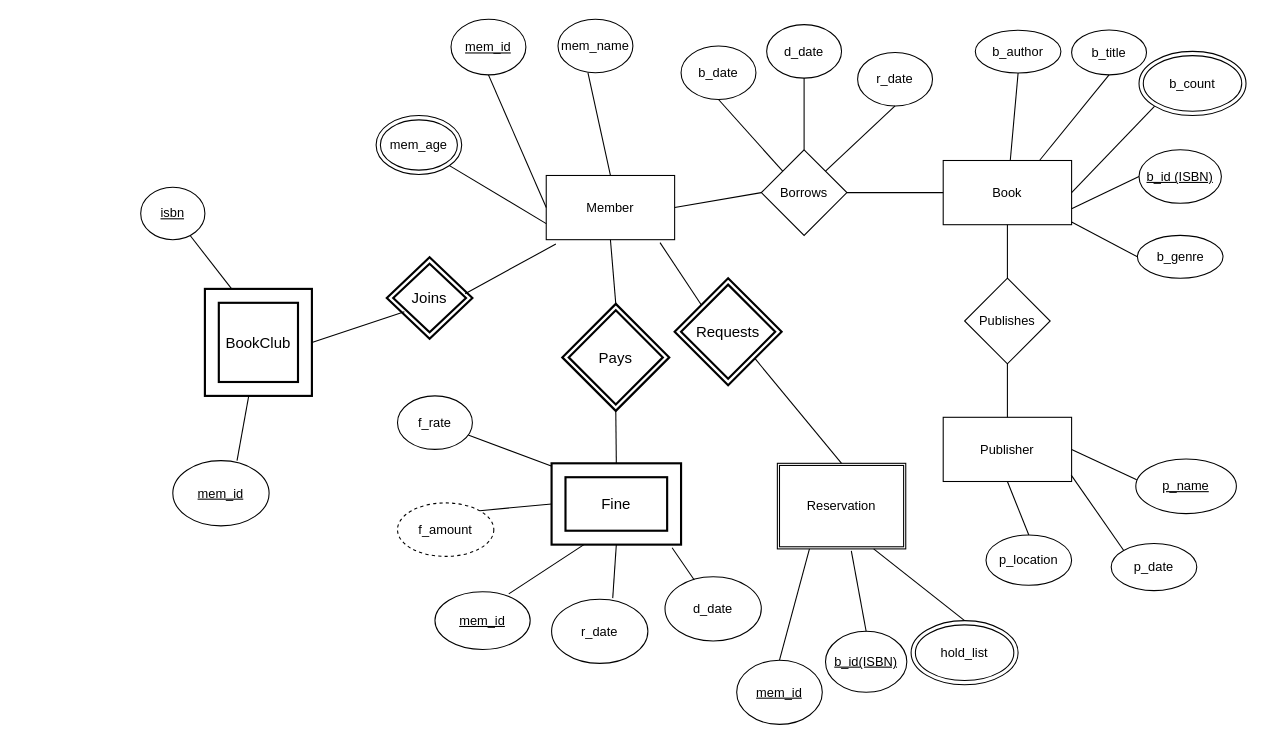
Earlier version of the draw.io diagram CPS510_ER (4).drawio (AdnanReh/librarydatabase). Source tidied: cells renumbered, new cells numbered last; positions are measured from the earlier drawing's top-left corner, leaving out a move shared by most shapes. Both pictures are drawn from the tidied source at 107%, with x=0, y=0 at pixel (140, 19).
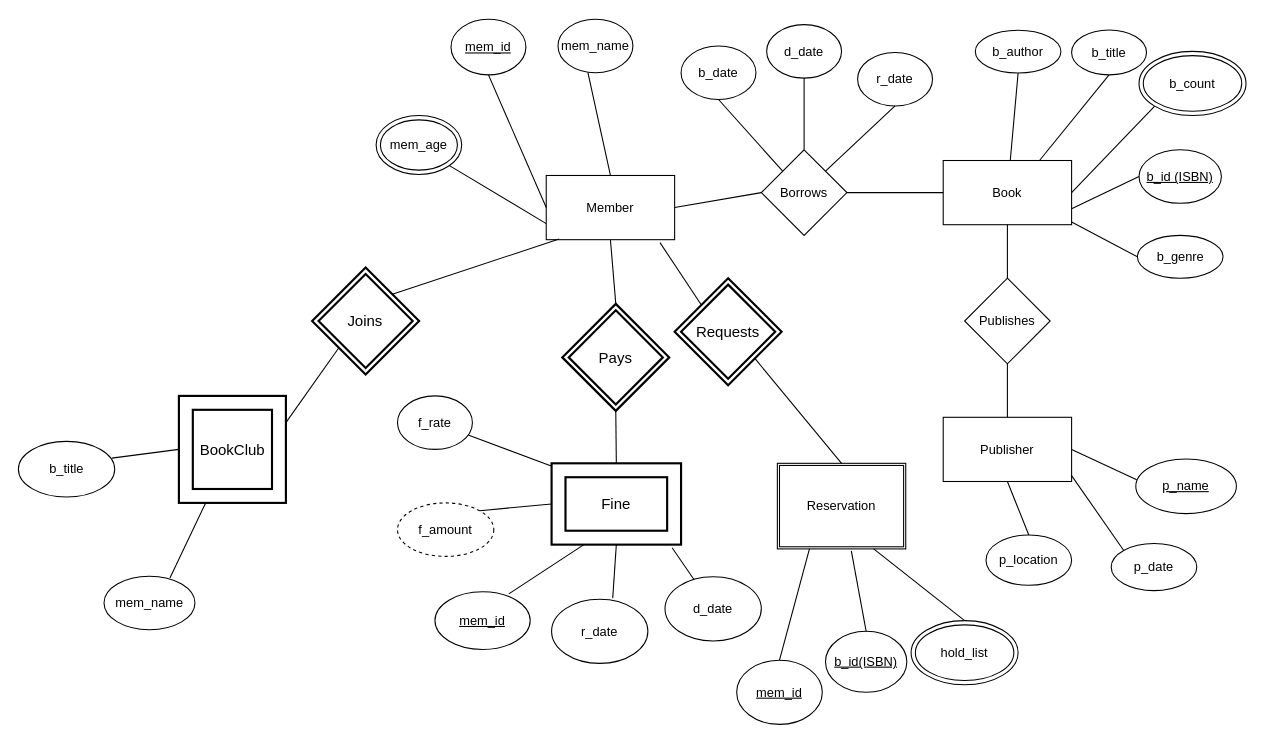
The same page after the edit.

Commit message (it also covers changes not shown here):
added sql tables and modified ER diagram

Unchanged cells that the change refers to:
```xml
<mxCell id="2" value="Member" style="rounded=0;whiteSpace=wrap;html=1;" parent="1" vertex="1">
  <mxGeometry x="379" y="145.5" width="120" height="60" as="geometry" />
</mxCell>
```

The edit, as a diff of the source:
```diff
@@
+    <mxCell id="66" style="endArrow=none;html=1;entryX=0.101;entryY=0.989;entryDx=0;entryDy=0;exitX=1;exitY=0;exitDx=0;exitDy=0;entryPerimeter=0;" parent="1" edge="1" source="64" target="2">
+      <mxGeometry relative="1" as="geometry" />
+    </mxCell>
+    <mxCell id="64" value="Joins" style="shape=rhombus;double=1;strokeWidth=2;fontSize=17;perimeter=rhombusPerimeter;whiteSpace=wrap;html=1;align=center;fontSize=14;" parent="1" vertex="1">
+      <mxGeometry x="160.2" y="231.5" width="100" height="100" as="geometry" />
+    </mxCell>
     <mxCell id="63" value="BookClub" style="shape=ext;strokeWidth=2;margin=10;double=1;whiteSpace=wrap;html=1;align=center;fontSize=14;" parent="1" vertex="1">
-      <mxGeometry x="60" y="251.5" width="100" height="100" as="geometry" />
+      <mxGeometry x="35.7" y="351.5" width="100" height="100" as="geometry" />
     </mxCell>
-    <mxCell id="64" value="Joins" style="shape=rhombus;double=1;strokeWidth=2;fontSize=17;perimeter=rhombusPerimeter;whiteSpace=wrap;html=1;align=center;fontSize=14;" parent="1" vertex="1">
-      <mxGeometry x="230" y="222" width="80" height="76" as="geometry" />
-    </mxCell>
-    <mxCell id="65" style="endArrow=none;html=1;entryX=0.205;entryY=0.668;entryDx=0;entryDy=0;entryPerimeter=0;exitX=1;exitY=0.5;exitDx=0;exitDy=0;" parent="1" edge="1" source="63" target="64">
+    <mxCell id="65" style="endArrow=none;html=1;entryX=0;entryY=1;entryDx=0;entryDy=0;exitX=1;exitY=0.25;exitDx=0;exitDy=0;" parent="1" edge="1" source="63" target="64">
       <mxGeometry relative="1" as="geometry" />
     </mxCell>
-    <mxCell id="66" style="endArrow=none;html=1;entryX=0.075;entryY=1.068;entryDx=0;entryDy=0;entryPerimeter=0;exitX=0.915;exitY=0.447;exitDx=0;exitDy=0;exitPerimeter=0;" parent="1" edge="1" source="64" target="2">
-      <mxGeometry relative="1" as="geometry" />
-    </mxCell>
-    <mxCell id="67" value="&lt;u&gt;mem_id&lt;/u&gt;" style="ellipse;whiteSpace=wrap;html=1;" parent="1" vertex="1">
-      <mxGeometry x="30" y="412" width="90" height="61" as="geometry" />
-    </mxCell>
-    <mxCell id="68" style="endArrow=none;html=1;exitX=0.667;exitY=0;exitDx=0;exitDy=0;exitPerimeter=0;" parent="1" edge="1" source="67" target="63">
-      <mxGeometry relative="1" as="geometry" />
-    </mxCell>
-    <mxCell id="69" style="endArrow=none;html=1;exitX=0.25;exitY=0;exitDx=0;exitDy=0;" parent="1" edge="1" source="63" target="70">
-      <mxGeometry relative="1" as="geometry" />
-    </mxCell>
-    <mxCell id="70" value="&lt;u&gt;isbn&lt;/u&gt;" style="ellipse;whiteSpace=wrap;html=1;" parent="1" vertex="1">
-      <mxGeometry y="156.5" width="60" height="49" as="geometry" />
-    </mxCell>
+    <mxCell id="71" style="endArrow=none;html=1;entryX=0;entryY=0.5;entryDx=0;entryDy=0;exitX=0.97;exitY=0.301;exitDx=0;exitDy=0;exitPerimeter=0;" parent="1" edge="1" source="72" target="63">
+      <mxGeometry relative="1" as="geometry" />
+    </mxCell>
+    <mxCell id="72" value="b_title" style="ellipse;whiteSpace=wrap;html=1;" parent="1" vertex="1">
+      <mxGeometry x="-114.3" y="394" width="90" height="52" as="geometry" />
+    </mxCell>
+    <mxCell id="73" value="mem_name" style="ellipse;whiteSpace=wrap;html=1;" parent="1" vertex="1">
+      <mxGeometry x="-34.3" y="520" width="85" height="50" as="geometry" />
+    </mxCell>
+    <mxCell id="74" style="endArrow=none;html=1;entryX=0.25;entryY=1;entryDx=0;entryDy=0;exitX=0.725;exitY=0.033;exitDx=0;exitDy=0;exitPerimeter=0;" parent="1" edge="1" source="73" target="63">
+      <mxGeometry relative="1" as="geometry" />
+    </mxCell>
```
